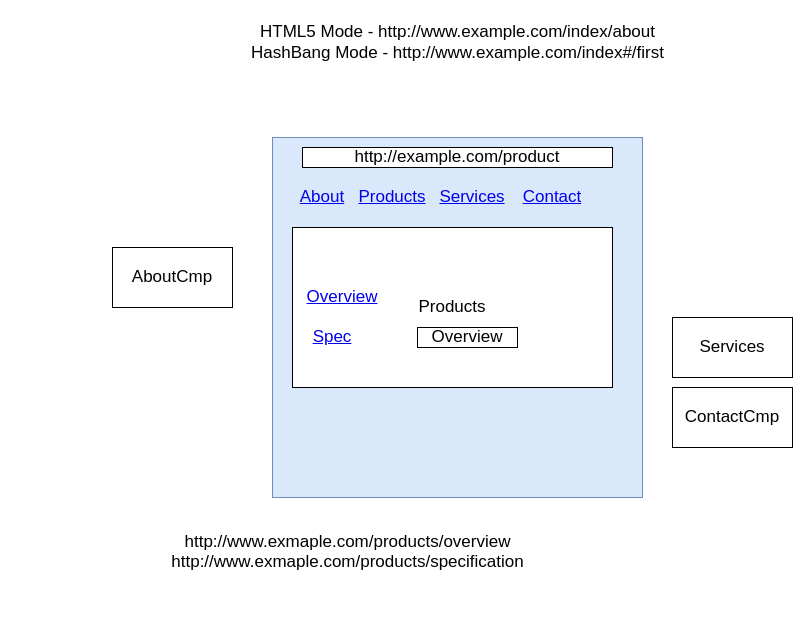
This is page "Page-20" (20 of 20) of full-diagrams.drawio from synergy2411/citiustech-sept21, a draw.io file, before an edit. Source tidied: cells renumbered, new cells numbered last; positions are measured from the earlier drawing's top-left corner, leaving out a move shared by most shapes. Both pictures are drawn from the tidied source at 100%, with x=0, y=0 at pixel (112, 17).
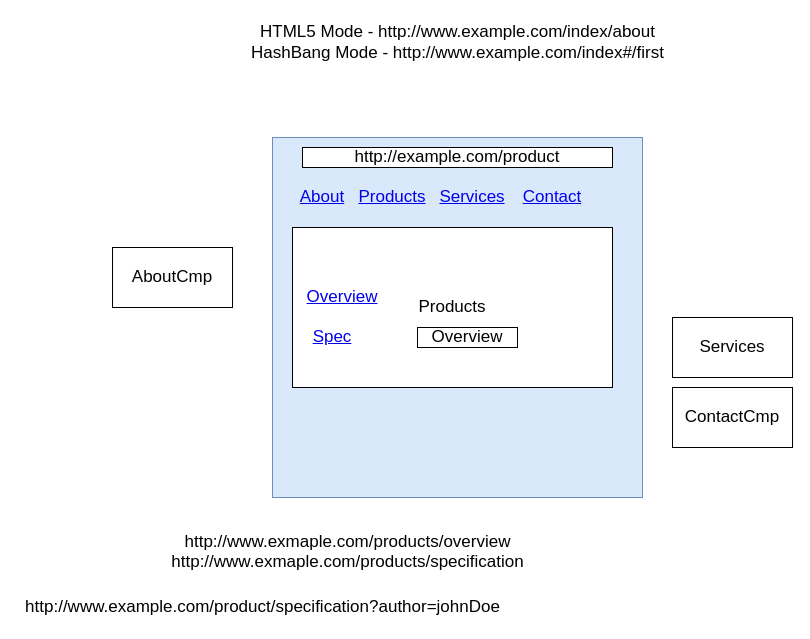
After the change.

Diff of the diagram source:
```diff
@@
 <mxGraphModel>
   <root>
     <mxCell id="0" />
     <mxCell id="1" parent="0" />
     <mxCell id="2" style="rounded=0;whiteSpace=wrap;html=1;fontSize=17;fillColor=#dae8fc;strokeColor=#6c8ebf;" parent="1" vertex="1">
       <mxGeometry x="160" y="120" width="370" height="360" as="geometry" />
     </mxCell>
     <mxCell id="3" value="http://example.com/product" style="rounded=0;whiteSpace=wrap;html=1;fontSize=17;" parent="1" vertex="1">
       <mxGeometry x="190" y="130" width="310" height="20" as="geometry" />
     </mxCell>
     <mxCell id="4" value="About" style="text;html=1;strokeColor=none;fillColor=none;whiteSpace=wrap;align=center;verticalAlign=middle;fontColor=#0000EE;fontStyle=4;fontSize=17;" parent="1" vertex="1">
       <mxGeometry x="180" y="160" width="60" height="40" as="geometry" />
     </mxCell>
     <mxCell id="5" value="Products" style="text;html=1;strokeColor=none;fillColor=none;whiteSpace=wrap;align=center;verticalAlign=middle;fontColor=#0000EE;fontStyle=4;fontSize=17;" parent="1" vertex="1">
       <mxGeometry x="250" y="160" width="60" height="40" as="geometry" />
     </mxCell>
     <mxCell id="6" value="Services" style="text;html=1;strokeColor=none;fillColor=none;whiteSpace=wrap;align=center;verticalAlign=middle;fontColor=#0000EE;fontStyle=4;fontSize=17;" parent="1" vertex="1">
       <mxGeometry x="330" y="160" width="60" height="40" as="geometry" />
     </mxCell>
     <mxCell id="7" value="Contact" style="text;html=1;strokeColor=none;fillColor=none;whiteSpace=wrap;align=center;verticalAlign=middle;fontColor=#0000EE;fontStyle=4;fontSize=17;" parent="1" vertex="1">
       <mxGeometry x="410" y="160" width="60" height="40" as="geometry" />
     </mxCell>
     <mxCell id="8" value="AboutCmp" style="rounded=0;whiteSpace=wrap;html=1;fontSize=17;" parent="1" vertex="1">
       <mxGeometry y="230" width="120" height="60" as="geometry" />
     </mxCell>
     <mxCell id="9" value="Products" style="rounded=0;whiteSpace=wrap;html=1;fontSize=17;" parent="1" vertex="1">
       <mxGeometry x="180" y="210" width="320" height="160" as="geometry" />
     </mxCell>
     <mxCell id="10" value="Services" style="rounded=0;whiteSpace=wrap;html=1;fontSize=17;" parent="1" vertex="1">
       <mxGeometry x="560" y="300" width="120" height="60" as="geometry" />
     </mxCell>
     <mxCell id="11" value="ContactCmp" style="rounded=0;whiteSpace=wrap;html=1;fontSize=17;" parent="1" vertex="1">
       <mxGeometry x="560" y="370" width="120" height="60" as="geometry" />
     </mxCell>
     <mxCell id="12" value="HTML5 Mode - http://www.example.com/index/about&lt;br&gt;HashBang Mode - http://www.example.com/index#/first" style="text;html=1;align=center;verticalAlign=middle;strokeColor=none;fillColor=none;fontSize=17;" parent="1" vertex="1">
       <mxGeometry x="130" width="430" height="50" as="geometry" />
     </mxCell>
     <mxCell id="13" value="http://www.exmaple.com/products/overview" style="text;html=1;align=center;verticalAlign=middle;strokeColor=none;fillColor=none;fontSize=17;" parent="1" vertex="1">
       <mxGeometry x="65" y="510" width="340" height="30" as="geometry" />
     </mxCell>
     <mxCell id="14" value="Overview" style="text;html=1;strokeColor=none;fillColor=none;whiteSpace=wrap;align=center;verticalAlign=middle;fontColor=#0000EE;fontStyle=4;fontSize=17;" parent="1" vertex="1">
       <mxGeometry x="200" y="260" width="60" height="40" as="geometry" />
     </mxCell>
     <mxCell id="15" value="Spec" style="text;html=1;strokeColor=none;fillColor=none;whiteSpace=wrap;align=center;verticalAlign=middle;fontColor=#0000EE;fontStyle=4;fontSize=17;" parent="1" vertex="1">
       <mxGeometry x="190" y="300" width="60" height="40" as="geometry" />
     </mxCell>
     <mxCell id="16" value="Overview" style="rounded=0;whiteSpace=wrap;html=1;fontSize=17;" parent="1" vertex="1">
       <mxGeometry x="305" y="310" width="100" height="20" as="geometry" />
     </mxCell>
     <mxCell id="17" value="http://www.exmaple.com/products/specification" style="text;html=1;align=center;verticalAlign=middle;strokeColor=none;fillColor=none;fontSize=17;" parent="1" vertex="1">
       <mxGeometry x="50" y="530" width="370" height="30" as="geometry" />
     </mxCell>
+    <mxCell id="18" value="http://www.example.com/product/specification?author=johnDoe" style="text;html=1;align=center;verticalAlign=middle;strokeColor=none;fillColor=none;fontSize=17;" parent="1" vertex="1">
+      <mxGeometry x="-95" y="575" width="490" height="30" as="geometry" />
+    </mxCell>
   </root>
 </mxGraphModel>
```
